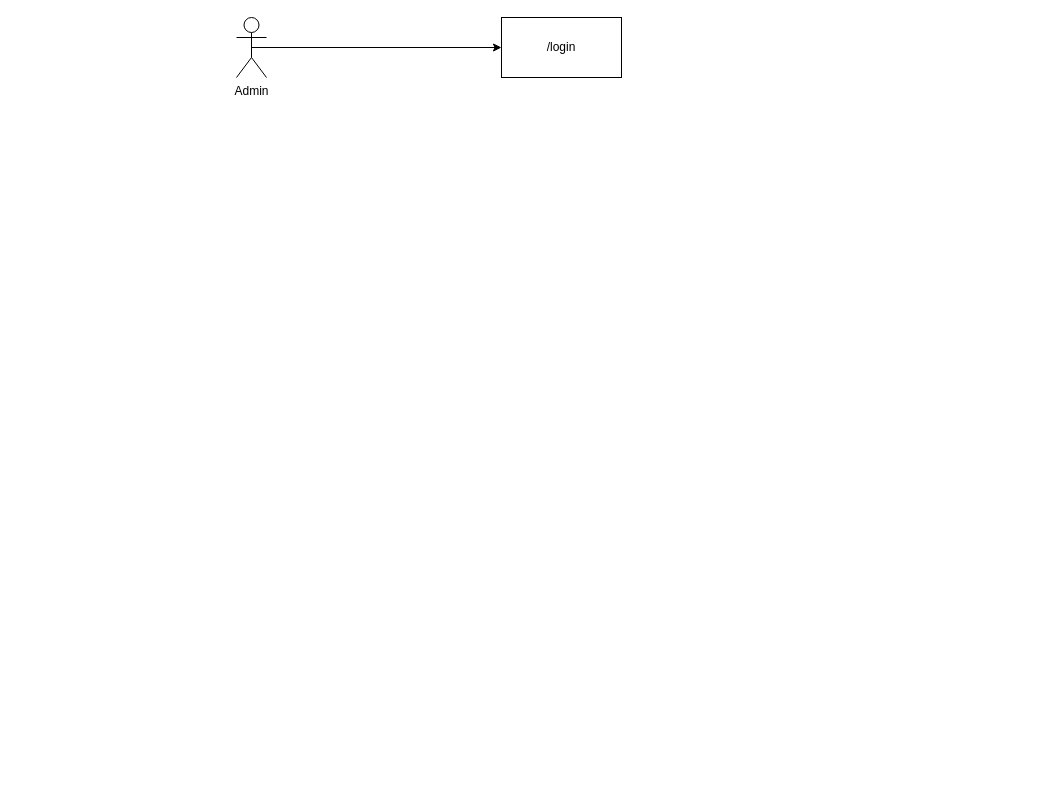
Before: page "Alur-admin" (1 of 4) of Untitled Diagram.drawio in MallombasiMattawang/react-desa, a draw.io diagram. Source tidied: cells renumbered, new cells numbered last; positions are measured from the earlier drawing's top-left corner, leaving out a move shared by most shapes. Both pictures are drawn from the tidied source at 100%, with x=0, y=0 at pixel (236, 17).
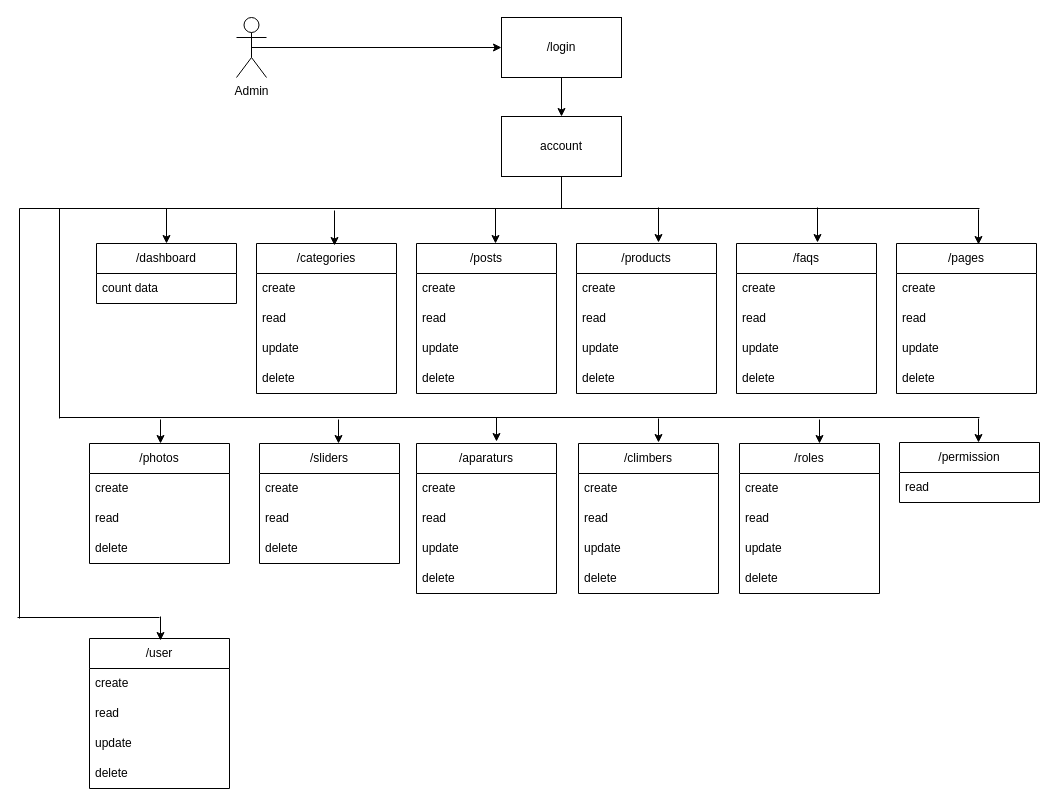
Above is the later version.

Unchanged cells that the change refers to:
```xml
<mxCell id="3" value="/login" style="rounded=0;whiteSpace=wrap;html=1;" parent="1" vertex="1">
  <mxGeometry x="265" width="120" height="60" as="geometry" />
</mxCell>
```

Diff of the diagram source:
```diff
@@
+    <mxCell id="5" value="account" style="rounded=0;whiteSpace=wrap;html=1;" parent="1" vertex="1">
+      <mxGeometry x="265" y="99" width="120" height="60" as="geometry" />
+    </mxCell>
+    <mxCell id="6" style="endArrow=classic;html=1;rounded=0;entryX=0.5;entryY=0;entryDx=0;entryDy=0;" parent="1" edge="1" source="3" target="5">
+      <mxGeometry relative="1" as="geometry" />
+    </mxCell>
+    <mxCell id="7" value="/dashboard" style="swimlane;fontStyle=0;horizontal=1;startSize=30;whiteSpace=wrap;html=1;" parent="1" vertex="1">
+      <mxGeometry x="-140" y="226" width="140" height="60" as="geometry" />
+    </mxCell>
+    <mxCell id="8" value="count data" style="text;strokeColor=none;fillColor=none;align=left;verticalAlign=middle;spacingLeft=4;spacingRight=4;overflow=hidden;whiteSpace=wrap;html=1;" parent="7" vertex="1">
+      <mxGeometry y="30" width="140" height="30" as="geometry" />
+    </mxCell>
+    <mxCell id="9" value="/categories" style="swimlane;fontStyle=0;horizontal=1;startSize=30;whiteSpace=wrap;html=1;" parent="1" vertex="1">
+      <mxGeometry x="20" y="226" width="140" height="150" as="geometry" />
+    </mxCell>
+    <mxCell id="10" value="create" style="text;strokeColor=none;fillColor=none;align=left;verticalAlign=middle;spacingLeft=4;spacingRight=4;overflow=hidden;whiteSpace=wrap;html=1;" parent="9" vertex="1">
+      <mxGeometry y="30" width="140" height="30" as="geometry" />
+    </mxCell>
+    <mxCell id="11" value="read" style="text;strokeColor=none;fillColor=none;align=left;verticalAlign=middle;spacingLeft=4;spacingRight=4;overflow=hidden;whiteSpace=wrap;html=1;" parent="9" vertex="1">
+      <mxGeometry y="60" width="140" height="30" as="geometry" />
+    </mxCell>
+    <mxCell id="12" value="update" style="text;strokeColor=none;fillColor=none;align=left;verticalAlign=middle;spacingLeft=4;spacingRight=4;overflow=hidden;whiteSpace=wrap;html=1;" parent="9" vertex="1">
+      <mxGeometry y="90" width="140" height="30" as="geometry" />
+    </mxCell>
+    <mxCell id="13" value="delete" style="text;strokeColor=none;fillColor=none;align=left;verticalAlign=middle;spacingLeft=4;spacingRight=4;overflow=hidden;whiteSpace=wrap;html=1;" parent="9" vertex="1">
+      <mxGeometry y="120" width="140" height="30" as="geometry" />
+    </mxCell>
+    <mxCell id="14" value="/posts" style="swimlane;fontStyle=0;horizontal=1;startSize=30;whiteSpace=wrap;html=1;" parent="1" vertex="1">
+      <mxGeometry x="180" y="226" width="140" height="150" as="geometry" />
+    </mxCell>
+    <mxCell id="15" value="create" style="text;strokeColor=none;fillColor=none;align=left;verticalAlign=middle;spacingLeft=4;spacingRight=4;overflow=hidden;whiteSpace=wrap;html=1;" parent="14" vertex="1">
+      <mxGeometry y="30" width="140" height="30" as="geometry" />
+    </mxCell>
+    <mxCell id="16" value="read" style="text;strokeColor=none;fillColor=none;align=left;verticalAlign=middle;spacingLeft=4;spacingRight=4;overflow=hidden;whiteSpace=wrap;html=1;" parent="14" vertex="1">
+      <mxGeometry y="60" width="140" height="30" as="geometry" />
+    </mxCell>
+    <mxCell id="17" value="update" style="text;strokeColor=none;fillColor=none;align=left;verticalAlign=middle;spacingLeft=4;spacingRight=4;overflow=hidden;whiteSpace=wrap;html=1;" parent="14" vertex="1">
+      <mxGeometry y="90" width="140" height="30" as="geometry" />
+    </mxCell>
+    <mxCell id="18" value="delete" style="text;strokeColor=none;fillColor=none;align=left;verticalAlign=middle;spacingLeft=4;spacingRight=4;overflow=hidden;whiteSpace=wrap;html=1;" parent="14" vertex="1">
+      <mxGeometry y="120" width="140" height="30" as="geometry" />
+    </mxCell>
+    <mxCell id="19" value="/products" style="swimlane;fontStyle=0;horizontal=1;startSize=30;whiteSpace=wrap;html=1;" parent="1" vertex="1">
+      <mxGeometry x="340" y="226" width="140" height="150" as="geometry" />
+    </mxCell>
+    <mxCell id="20" value="create" style="text;strokeColor=none;fillColor=none;align=left;verticalAlign=middle;spacingLeft=4;spacingRight=4;overflow=hidden;whiteSpace=wrap;html=1;" parent="19" vertex="1">
+      <mxGeometry y="30" width="140" height="30" as="geometry" />
+    </mxCell>
+    <mxCell id="21" value="read" style="text;strokeColor=none;fillColor=none;align=left;verticalAlign=middle;spacingLeft=4;spacingRight=4;overflow=hidden;whiteSpace=wrap;html=1;" parent="19" vertex="1">
+      <mxGeometry y="60" width="140" height="30" as="geometry" />
+    </mxCell>
+    <mxCell id="22" value="update" style="text;strokeColor=none;fillColor=none;align=left;verticalAlign=middle;spacingLeft=4;spacingRight=4;overflow=hidden;whiteSpace=wrap;html=1;" parent="19" vertex="1">
+      <mxGeometry y="90" width="140" height="30" as="geometry" />
+    </mxCell>
+    <mxCell id="23" value="delete" style="text;strokeColor=none;fillColor=none;align=left;verticalAlign=middle;spacingLeft=4;spacingRight=4;overflow=hidden;whiteSpace=wrap;html=1;" parent="19" vertex="1">
+      <mxGeometry y="120" width="140" height="30" as="geometry" />
+    </mxCell>
+    <mxCell id="24" value="/faqs" style="swimlane;fontStyle=0;horizontal=1;startSize=30;whiteSpace=wrap;html=1;" parent="1" vertex="1">
+      <mxGeometry x="500" y="226" width="140" height="150" as="geometry" />
+    </mxCell>
+    <mxCell id="25" value="create" style="text;strokeColor=none;fillColor=none;align=left;verticalAlign=middle;spacingLeft=4;spacingRight=4;overflow=hidden;whiteSpace=wrap;html=1;" parent="24" vertex="1">
+      <mxGeometry y="30" width="140" height="30" as="geometry" />
+    </mxCell>
+    <mxCell id="26" value="read" style="text;strokeColor=none;fillColor=none;align=left;verticalAlign=middle;spacingLeft=4;spacingRight=4;overflow=hidden;whiteSpace=wrap;html=1;" parent="24" vertex="1">
+      <mxGeometry y="60" width="140" height="30" as="geometry" />
+    </mxCell>
+    <mxCell id="27" value="update" style="text;strokeColor=none;fillColor=none;align=left;verticalAlign=middle;spacingLeft=4;spacingRight=4;overflow=hidden;whiteSpace=wrap;html=1;" parent="24" vertex="1">
+      <mxGeometry y="90" width="140" height="30" as="geometry" />
+    </mxCell>
+    <mxCell id="28" value="delete" style="text;strokeColor=none;fillColor=none;align=left;verticalAlign=middle;spacingLeft=4;spacingRight=4;overflow=hidden;whiteSpace=wrap;html=1;" parent="24" vertex="1">
+      <mxGeometry y="120" width="140" height="30" as="geometry" />
+    </mxCell>
+    <mxCell id="29" value="/pages" style="swimlane;fontStyle=0;horizontal=1;startSize=30;whiteSpace=wrap;html=1;" parent="1" vertex="1">
+      <mxGeometry x="660" y="226" width="140" height="150" as="geometry" />
+    </mxCell>
+    <mxCell id="30" value="create" style="text;strokeColor=none;fillColor=none;align=left;verticalAlign=middle;spacingLeft=4;spacingRight=4;overflow=hidden;whiteSpace=wrap;html=1;" parent="29" vertex="1">
+      <mxGeometry y="30" width="140" height="30" as="geometry" />
+    </mxCell>
+    <mxCell id="31" value="read" style="text;strokeColor=none;fillColor=none;align=left;verticalAlign=middle;spacingLeft=4;spacingRight=4;overflow=hidden;whiteSpace=wrap;html=1;" parent="29" vertex="1">
+      <mxGeometry y="60" width="140" height="30" as="geometry" />
+    </mxCell>
+    <mxCell id="32" value="update" style="text;strokeColor=none;fillColor=none;align=left;verticalAlign=middle;spacingLeft=4;spacingRight=4;overflow=hidden;whiteSpace=wrap;html=1;" parent="29" vertex="1">
+      <mxGeometry y="90" width="140" height="30" as="geometry" />
+    </mxCell>
+    <mxCell id="33" value="delete" style="text;strokeColor=none;fillColor=none;align=left;verticalAlign=middle;spacingLeft=4;spacingRight=4;overflow=hidden;whiteSpace=wrap;html=1;" parent="29" vertex="1">
+      <mxGeometry y="120" width="140" height="30" as="geometry" />
+    </mxCell>
+    <mxCell id="34" value="/photos" style="swimlane;fontStyle=0;horizontal=1;startSize=30;whiteSpace=wrap;html=1;" parent="1" vertex="1">
+      <mxGeometry x="-147" y="426" width="140" height="120" as="geometry" />
+    </mxCell>
+    <mxCell id="35" value="create" style="text;strokeColor=none;fillColor=none;align=left;verticalAlign=middle;spacingLeft=4;spacingRight=4;overflow=hidden;whiteSpace=wrap;html=1;" parent="34" vertex="1">
+      <mxGeometry y="30" width="140" height="30" as="geometry" />
+    </mxCell>
+    <mxCell id="36" value="read" style="text;strokeColor=none;fillColor=none;align=left;verticalAlign=middle;spacingLeft=4;spacingRight=4;overflow=hidden;whiteSpace=wrap;html=1;" parent="34" vertex="1">
+      <mxGeometry y="60" width="140" height="30" as="geometry" />
+    </mxCell>
+    <mxCell id="37" value="delete" style="text;strokeColor=none;fillColor=none;align=left;verticalAlign=middle;spacingLeft=4;spacingRight=4;overflow=hidden;whiteSpace=wrap;html=1;" parent="34" vertex="1">
+      <mxGeometry y="90" width="140" height="30" as="geometry" />
+    </mxCell>
+    <mxCell id="38" value="/sliders" style="swimlane;fontStyle=0;horizontal=1;startSize=30;whiteSpace=wrap;html=1;" parent="1" vertex="1">
+      <mxGeometry x="23" y="426" width="140" height="120" as="geometry" />
+    </mxCell>
+    <mxCell id="39" value="create" style="text;strokeColor=none;fillColor=none;align=left;verticalAlign=middle;spacingLeft=4;spacingRight=4;overflow=hidden;whiteSpace=wrap;html=1;" parent="38" vertex="1">
+      <mxGeometry y="30" width="140" height="30" as="geometry" />
+    </mxCell>
+    <mxCell id="40" value="read" style="text;strokeColor=none;fillColor=none;align=left;verticalAlign=middle;spacingLeft=4;spacingRight=4;overflow=hidden;whiteSpace=wrap;html=1;" parent="38" vertex="1">
+      <mxGeometry y="60" width="140" height="30" as="geometry" />
+    </mxCell>
+    <mxCell id="41" value="delete" style="text;strokeColor=none;fillColor=none;align=left;verticalAlign=middle;spacingLeft=4;spacingRight=4;overflow=hidden;whiteSpace=wrap;html=1;" parent="38" vertex="1">
+      <mxGeometry y="90" width="140" height="30" as="geometry" />
+    </mxCell>
+    <mxCell id="42" value="/aparaturs" style="swimlane;fontStyle=0;horizontal=1;startSize=30;whiteSpace=wrap;html=1;" parent="1" vertex="1">
+      <mxGeometry x="180" y="426" width="140" height="150" as="geometry" />
+    </mxCell>
+    <mxCell id="43" value="create" style="text;strokeColor=none;fillColor=none;align=left;verticalAlign=middle;spacingLeft=4;spacingRight=4;overflow=hidden;whiteSpace=wrap;html=1;" parent="42" vertex="1">
+      <mxGeometry y="30" width="140" height="30" as="geometry" />
+    </mxCell>
+    <mxCell id="44" value="read" style="text;strokeColor=none;fillColor=none;align=left;verticalAlign=middle;spacingLeft=4;spacingRight=4;overflow=hidden;whiteSpace=wrap;html=1;" parent="42" vertex="1">
+      <mxGeometry y="60" width="140" height="30" as="geometry" />
+    </mxCell>
+    <mxCell id="45" value="update" style="text;strokeColor=none;fillColor=none;align=left;verticalAlign=middle;spacingLeft=4;spacingRight=4;overflow=hidden;whiteSpace=wrap;html=1;" parent="42" vertex="1">
+      <mxGeometry y="90" width="140" height="30" as="geometry" />
+    </mxCell>
+    <mxCell id="46" value="delete" style="text;strokeColor=none;fillColor=none;align=left;verticalAlign=middle;spacingLeft=4;spacingRight=4;overflow=hidden;whiteSpace=wrap;html=1;" parent="42" vertex="1">
+      <mxGeometry y="120" width="140" height="30" as="geometry" />
+    </mxCell>
+    <mxCell id="47" value="/climbers" style="swimlane;fontStyle=0;horizontal=1;startSize=30;whiteSpace=wrap;html=1;" parent="1" vertex="1">
+      <mxGeometry x="342" y="426" width="140" height="150" as="geometry" />
+    </mxCell>
+    <mxCell id="48" value="create" style="text;strokeColor=none;fillColor=none;align=left;verticalAlign=middle;spacingLeft=4;spacingRight=4;overflow=hidden;whiteSpace=wrap;html=1;" parent="47" vertex="1">
+      <mxGeometry y="30" width="140" height="30" as="geometry" />
+    </mxCell>
+    <mxCell id="49" value="read" style="text;strokeColor=none;fillColor=none;align=left;verticalAlign=middle;spacingLeft=4;spacingRight=4;overflow=hidden;whiteSpace=wrap;html=1;" parent="47" vertex="1">
+      <mxGeometry y="60" width="140" height="30" as="geometry" />
+    </mxCell>
+    <mxCell id="50" value="update" style="text;strokeColor=none;fillColor=none;align=left;verticalAlign=middle;spacingLeft=4;spacingRight=4;overflow=hidden;whiteSpace=wrap;html=1;" parent="47" vertex="1">
+      <mxGeometry y="90" width="140" height="30" as="geometry" />
+    </mxCell>
+    <mxCell id="51" value="delete" style="text;strokeColor=none;fillColor=none;align=left;verticalAlign=middle;spacingLeft=4;spacingRight=4;overflow=hidden;whiteSpace=wrap;html=1;" parent="47" vertex="1">
+      <mxGeometry y="120" width="140" height="30" as="geometry" />
+    </mxCell>
+    <mxCell id="52" value="/roles" style="swimlane;fontStyle=0;horizontal=1;startSize=30;whiteSpace=wrap;html=1;" parent="1" vertex="1">
+      <mxGeometry x="503" y="426" width="140" height="150" as="geometry" />
+    </mxCell>
+    <mxCell id="53" value="create" style="text;strokeColor=none;fillColor=none;align=left;verticalAlign=middle;spacingLeft=4;spacingRight=4;overflow=hidden;whiteSpace=wrap;html=1;" parent="52" vertex="1">
+      <mxGeometry y="30" width="140" height="30" as="geometry" />
+    </mxCell>
+    <mxCell id="54" value="read" style="text;strokeColor=none;fillColor=none;align=left;verticalAlign=middle;spacingLeft=4;spacingRight=4;overflow=hidden;whiteSpace=wrap;html=1;" parent="52" vertex="1">
+      <mxGeometry y="60" width="140" height="30" as="geometry" />
+    </mxCell>
+    <mxCell id="55" value="update" style="text;strokeColor=none;fillColor=none;align=left;verticalAlign=middle;spacingLeft=4;spacingRight=4;overflow=hidden;whiteSpace=wrap;html=1;" parent="52" vertex="1">
+      <mxGeometry y="90" width="140" height="30" as="geometry" />
+    </mxCell>
+    <mxCell id="56" value="delete" style="text;strokeColor=none;fillColor=none;align=left;verticalAlign=middle;spacingLeft=4;spacingRight=4;overflow=hidden;whiteSpace=wrap;html=1;" parent="52" vertex="1">
+      <mxGeometry y="120" width="140" height="30" as="geometry" />
+    </mxCell>
+    <mxCell id="57" value="/permission" style="swimlane;fontStyle=0;horizontal=1;startSize=30;whiteSpace=wrap;html=1;" parent="1" vertex="1">
+      <mxGeometry x="663" y="425" width="140" height="60" as="geometry" />
+    </mxCell>
+    <mxCell id="58" value="read" style="text;strokeColor=none;fillColor=none;align=left;verticalAlign=middle;spacingLeft=4;spacingRight=4;overflow=hidden;whiteSpace=wrap;html=1;" parent="57" vertex="1">
+      <mxGeometry y="30" width="140" height="30" as="geometry" />
+    </mxCell>
+    <mxCell id="59" value="/user" style="swimlane;fontStyle=0;horizontal=1;startSize=30;whiteSpace=wrap;html=1;" parent="1" vertex="1">
+      <mxGeometry x="-147" y="621" width="140" height="150" as="geometry" />
+    </mxCell>
+    <mxCell id="60" value="create" style="text;strokeColor=none;fillColor=none;align=left;verticalAlign=middle;spacingLeft=4;spacingRight=4;overflow=hidden;whiteSpace=wrap;html=1;" parent="59" vertex="1">
+      <mxGeometry y="30" width="140" height="30" as="geometry" />
+    </mxCell>
+    <mxCell id="61" value="read" style="text;strokeColor=none;fillColor=none;align=left;verticalAlign=middle;spacingLeft=4;spacingRight=4;overflow=hidden;whiteSpace=wrap;html=1;" parent="59" vertex="1">
+      <mxGeometry y="60" width="140" height="30" as="geometry" />
+    </mxCell>
+    <mxCell id="62" value="update" style="text;strokeColor=none;fillColor=none;align=left;verticalAlign=middle;spacingLeft=4;spacingRight=4;overflow=hidden;whiteSpace=wrap;html=1;" parent="59" vertex="1">
+      <mxGeometry y="90" width="140" height="30" as="geometry" />
+    </mxCell>
+    <mxCell id="63" value="delete" style="text;strokeColor=none;fillColor=none;align=left;verticalAlign=middle;spacingLeft=4;spacingRight=4;overflow=hidden;whiteSpace=wrap;html=1;" parent="59" vertex="1">
+      <mxGeometry y="120" width="140" height="30" as="geometry" />
+    </mxCell>
+    <mxCell id="64" style="endArrow=none;html=1;rounded=0;" parent="1" edge="1">
+      <mxGeometry relative="1" as="geometry">
+        <mxPoint x="-217" y="191" as="sourcePoint" />
+        <mxPoint x="743" y="191" as="targetPoint" />
+      </mxGeometry>
+    </mxCell>
+    <mxCell id="65" style="endArrow=none;html=1;rounded=0;entryX=0.5;entryY=1;entryDx=0;entryDy=0;" parent="1" edge="1" target="5">
+      <mxGeometry relative="1" as="geometry">
+        <mxPoint x="325" y="191" as="sourcePoint" />
+      </mxGeometry>
+    </mxCell>
+    <mxCell id="66" style="endArrow=classic;html=1;rounded=0;entryX=0.5;entryY=0;entryDx=0;entryDy=0;" parent="1" edge="1" target="7">
+      <mxGeometry relative="1" as="geometry">
+        <mxPoint x="-70" y="191" as="sourcePoint" />
+      </mxGeometry>
+    </mxCell>
+    <mxCell id="67" style="endArrow=classic;html=1;rounded=0;entryX=0.5;entryY=0;entryDx=0;entryDy=0;" parent="1" edge="1">
+      <mxGeometry relative="1" as="geometry">
+        <mxPoint x="98" y="193" as="sourcePoint" />
+        <mxPoint x="98" y="228" as="targetPoint" />
+      </mxGeometry>
+    </mxCell>
+    <mxCell id="68" style="endArrow=classic;html=1;rounded=0;entryX=0.5;entryY=0;entryDx=0;entryDy=0;" parent="1" edge="1">
+      <mxGeometry relative="1" as="geometry">
+        <mxPoint x="259" y="191" as="sourcePoint" />
+        <mxPoint x="259" y="226" as="targetPoint" />
+      </mxGeometry>
+    </mxCell>
+    <mxCell id="69" style="endArrow=classic;html=1;rounded=0;entryX=0.5;entryY=0;entryDx=0;entryDy=0;" parent="1" edge="1">
+      <mxGeometry relative="1" as="geometry">
+        <mxPoint x="422" y="190" as="sourcePoint" />
+        <mxPoint x="422" y="225" as="targetPoint" />
+      </mxGeometry>
+    </mxCell>
+    <mxCell id="70" style="endArrow=classic;html=1;rounded=0;entryX=0.5;entryY=0;entryDx=0;entryDy=0;" parent="1" edge="1">
+      <mxGeometry relative="1" as="geometry">
+        <mxPoint x="581" y="190" as="sourcePoint" />
+        <mxPoint x="581" y="225" as="targetPoint" />
+      </mxGeometry>
+    </mxCell>
+    <mxCell id="71" style="endArrow=classic;html=1;rounded=0;entryX=0.5;entryY=0;entryDx=0;entryDy=0;" parent="1" edge="1">
+      <mxGeometry relative="1" as="geometry">
+        <mxPoint x="742" y="192" as="sourcePoint" />
+        <mxPoint x="742" y="227" as="targetPoint" />
+      </mxGeometry>
+    </mxCell>
+    <mxCell id="72" style="endArrow=none;html=1;rounded=0;" parent="1" edge="1">
+      <mxGeometry relative="1" as="geometry">
+        <mxPoint x="-177" y="400" as="sourcePoint" />
+        <mxPoint x="743" y="400" as="targetPoint" />
+      </mxGeometry>
+    </mxCell>
+    <mxCell id="73" style="endArrow=none;html=1;rounded=0;" parent="1" edge="1">
+      <mxGeometry relative="1" as="geometry">
+        <mxPoint x="-177" y="401" as="sourcePoint" />
+        <mxPoint x="-177" y="191" as="targetPoint" />
+      </mxGeometry>
+    </mxCell>
+    <mxCell id="74" style="endArrow=classic;html=1;rounded=0;entryX=0.5;entryY=0;entryDx=0;entryDy=0;" parent="1" edge="1">
+      <mxGeometry relative="1" as="geometry">
+        <mxPoint x="422" y="401" as="sourcePoint" />
+        <mxPoint x="422" y="425" as="targetPoint" />
+      </mxGeometry>
+    </mxCell>
+    <mxCell id="75" style="endArrow=classic;html=1;rounded=0;entryX=0.5;entryY=0;entryDx=0;entryDy=0;" parent="1" edge="1">
+      <mxGeometry relative="1" as="geometry">
+        <mxPoint x="583" y="402" as="sourcePoint" />
+        <mxPoint x="583" y="426" as="targetPoint" />
+      </mxGeometry>
+    </mxCell>
+    <mxCell id="76" style="endArrow=classic;html=1;rounded=0;entryX=0.5;entryY=0;entryDx=0;entryDy=0;" parent="1" edge="1">
+      <mxGeometry relative="1" as="geometry">
+        <mxPoint x="742" y="401" as="sourcePoint" />
+        <mxPoint x="742" y="425" as="targetPoint" />
+      </mxGeometry>
+    </mxCell>
+    <mxCell id="77" style="endArrow=classic;html=1;rounded=0;entryX=0.5;entryY=0;entryDx=0;entryDy=0;" parent="1" edge="1">
+      <mxGeometry relative="1" as="geometry">
+        <mxPoint x="260" y="400" as="sourcePoint" />
+        <mxPoint x="260" y="424" as="targetPoint" />
+      </mxGeometry>
+    </mxCell>
+    <mxCell id="78" style="endArrow=classic;html=1;rounded=0;entryX=0.5;entryY=0;entryDx=0;entryDy=0;" parent="1" edge="1">
+      <mxGeometry relative="1" as="geometry">
+        <mxPoint x="102" y="402" as="sourcePoint" />
+        <mxPoint x="102" y="426" as="targetPoint" />
+      </mxGeometry>
+    </mxCell>
+    <mxCell id="79" style="endArrow=classic;html=1;rounded=0;entryX=0.5;entryY=0;entryDx=0;entryDy=0;" parent="1" edge="1">
+      <mxGeometry relative="1" as="geometry">
+        <mxPoint x="-76" y="402" as="sourcePoint" />
+        <mxPoint x="-76" y="426" as="targetPoint" />
+      </mxGeometry>
+    </mxCell>
+    <mxCell id="80" style="endArrow=none;html=1;rounded=0;" parent="1" edge="1">
+      <mxGeometry relative="1" as="geometry">
+        <mxPoint x="-219" y="600" as="sourcePoint" />
+        <mxPoint x="-77" y="600" as="targetPoint" />
+      </mxGeometry>
+    </mxCell>
+    <mxCell id="81" style="endArrow=none;html=1;rounded=0;" parent="1" edge="1">
+      <mxGeometry relative="1" as="geometry">
+        <mxPoint x="-217" y="601" as="sourcePoint" />
+        <mxPoint x="-217" y="191" as="targetPoint" />
+      </mxGeometry>
+    </mxCell>
+    <mxCell id="82" style="endArrow=classic;html=1;rounded=0;entryX=0.5;entryY=0;entryDx=0;entryDy=0;" parent="1" edge="1">
+      <mxGeometry relative="1" as="geometry">
+        <mxPoint x="-76" y="599" as="sourcePoint" />
+        <mxPoint x="-76" y="623" as="targetPoint" />
+      </mxGeometry>
+    </mxCell>
```
